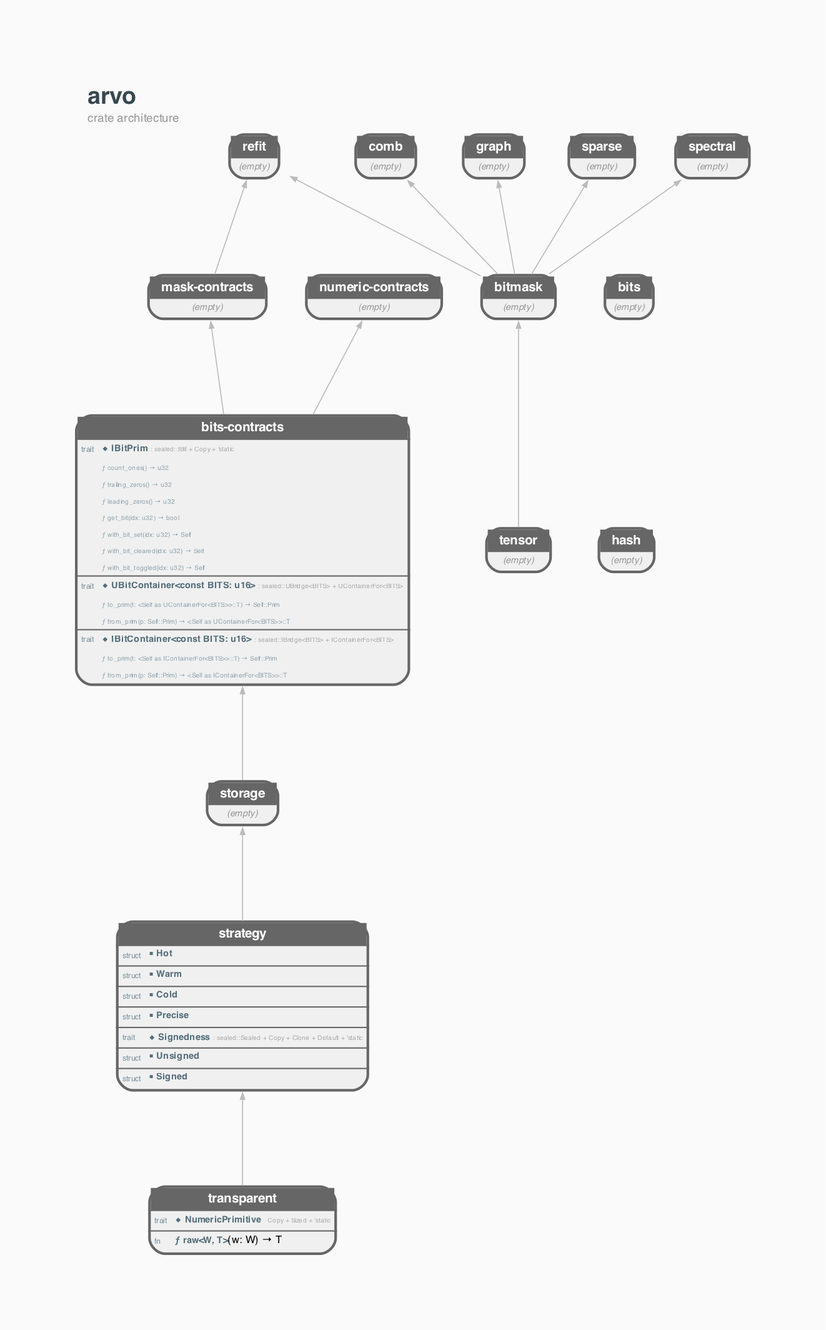
Before: docs/mock_crate_deps.png, a diagram exported from Graphviz (orgrinrt/arvo). Its source is kept beside it as docs/mock_crate_deps.dot. The source it was exported from:
```dot

digraph arvo {
    rankdir=BT;
    newrank=true;
    bgcolor="#FAFAFA";
    graph [fontname="Helvetica", fontsize=10, pad=0.8, nodesep=0.4, ranksep=1.0];
    node [fontname="Helvetica", fontsize=8];
    edge [fontname="Helvetica", fontsize=7, color="#BBBBBB", arrowsize=0.5, penwidth=0.8];

    labelloc=t;
    labeljust=l;
    label=<<TABLE BORDER="0" CELLBORDER="0" CELLSPACING="0"><TR><TD ALIGN="LEFT"><FONT POINT-SIZE="18" COLOR="#37474F"><B>arvo</B></FONT></TD></TR><TR><TD ALIGN="LEFT"><FONT POINT-SIZE="9" COLOR="#999999">crate architecture</FONT></TD></TR></TABLE>>;

    arvo_bitmask [shape=none, margin=0, label=<<TABLE BORDER="2" CELLBORDER="0" CELLSPACING="0" CELLPADDING="3" BGCOLOR="#F0F0F0" COLOR="#666666" STYLE="ROUNDED"><TR><TD COLSPAN="2" BGCOLOR="#666666" ALIGN="CENTER"><FONT COLOR="white" POINT-SIZE="10"><B>  bitmask  </B></FONT></TD></TR><TR><TD COLSPAN="2"><FONT COLOR="#999999" POINT-SIZE="7"><I>(empty)</I></FONT></TD></TR></TABLE>>];
    arvo_bits [shape=none, margin=0, label=<<TABLE BORDER="2" CELLBORDER="0" CELLSPACING="0" CELLPADDING="3" BGCOLOR="#F0F0F0" COLOR="#666666" STYLE="ROUNDED"><TR><TD COLSPAN="2" BGCOLOR="#666666" ALIGN="CENTER"><FONT COLOR="white" POINT-SIZE="10"><B>  bits  </B></FONT></TD></TR><TR><TD COLSPAN="2"><FONT COLOR="#999999" POINT-SIZE="7"><I>(empty)</I></FONT></TD></TR></TABLE>>];
    arvo_bits_contracts [shape=none, margin=0, label=<<TABLE BORDER="2" CELLBORDER="0" CELLSPACING="0" CELLPADDING="3" BGCOLOR="#F0F0F0" COLOR="#666666" STYLE="ROUNDED"><TR><TD COLSPAN="2" BGCOLOR="#666666" ALIGN="CENTER"><FONT COLOR="white" POINT-SIZE="10"><B>  bits-contracts  </B></FONT></TD></TR><HR/><TR><TD ALIGN="LEFT"><FONT COLOR="#78909C" POINT-SIZE="6">trait</FONT></TD><TD ALIGN="LEFT" PORT="p_IBitPrim"><FONT COLOR="#546E7A" POINT-SIZE="7"><B>◆ IBitPrim</B></FONT> <FONT COLOR="#AAAAAA" POINT-SIZE="5">: sealed::IBit + Copy + 'static</FONT></TD></TR><TR><TD></TD><TD ALIGN="LEFT"><FONT COLOR="#90A4AE" POINT-SIZE="5">ƒ count_ones() → u32</FONT></TD></TR><TR><TD></TD><TD ALIGN="LEFT"><FONT COLOR="#90A4AE" POINT-SIZE="5">ƒ trailing_zeros() → u32</FONT></TD></TR><TR><TD></TD><TD ALIGN="LEFT"><FONT COLOR="#90A4AE" POINT-SIZE="5">ƒ leading_zeros() → u32</FONT></TD></TR><TR><TD></TD><TD ALIGN="LEFT"><FONT COLOR="#90A4AE" POINT-SIZE="5">ƒ get_bit(idx: u32) → bool</FONT></TD></TR><TR><TD></TD><TD ALIGN="LEFT"><FONT COLOR="#90A4AE" POINT-SIZE="5">ƒ with_bit_set(idx: u32) → Self</FONT></TD></TR><TR><TD></TD><TD ALIGN="LEFT"><FONT COLOR="#90A4AE" POINT-SIZE="5">ƒ with_bit_cleared(idx: u32) → Self</FONT></TD></TR><TR><TD></TD><TD ALIGN="LEFT"><FONT COLOR="#90A4AE" POINT-SIZE="5">ƒ with_bit_toggled(idx: u32) → Self</FONT></TD></TR><HR/><TR><TD ALIGN="LEFT"><FONT COLOR="#78909C" POINT-SIZE="6">trait</FONT></TD><TD ALIGN="LEFT" PORT="p_UBitContainer"><FONT COLOR="#546E7A" POINT-SIZE="7"><B>◆ UBitContainer&lt;const BITS: u16&gt;</B></FONT> <FONT COLOR="#AAAAAA" POINT-SIZE="5">: sealed::UBridge&lt;BITS&gt; + UContainerFor&lt;BITS&gt;</FONT></TD></TR><TR><TD></TD><TD ALIGN="LEFT"><FONT COLOR="#90A4AE" POINT-SIZE="5">ƒ to_prim(t: &lt;Self as UContainerFor&lt;BITS&gt;&gt;::T) → Self::Prim</FONT></TD></TR><TR><TD></TD><TD ALIGN="LEFT"><FONT COLOR="#90A4AE" POINT-SIZE="5">ƒ from_prim(p: Self::Prim) → &lt;Self as UContainerFor&lt;BITS&gt;&gt;::T</FONT></TD></TR><HR/><TR><TD ALIGN="LEFT"><FONT COLOR="#78909C" POINT-SIZE="6">trait</FONT></TD><TD ALIGN="LEFT" PORT="p_IBitContainer"><FONT COLOR="#546E7A" POINT-SIZE="7"><B>◆ IBitContainer&lt;const BITS: u16&gt;</B></FONT> <FONT COLOR="#AAAAAA" POINT-SIZE="5">: sealed::IBridge&lt;BITS&gt; + IContainerFor&lt;BITS&gt;</FONT></TD></TR><TR><TD></TD><TD ALIGN="LEFT"><FONT COLOR="#90A4AE" POINT-SIZE="5">ƒ to_prim(t: &lt;Self as IContainerFor&lt;BITS&gt;&gt;::T) → Self::Prim</FONT></TD></TR><TR><TD></TD><TD ALIGN="LEFT"><FONT COLOR="#90A4AE" POINT-SIZE="5">ƒ from_prim(p: Self::Prim) → &lt;Self as IContainerFor&lt;BITS&gt;&gt;::T</FONT></TD></TR></TABLE>>];
    arvo_comb [shape=none, margin=0, label=<<TABLE BORDER="2" CELLBORDER="0" CELLSPACING="0" CELLPADDING="3" BGCOLOR="#F0F0F0" COLOR="#666666" STYLE="ROUNDED"><TR><TD COLSPAN="2" BGCOLOR="#666666" ALIGN="CENTER"><FONT COLOR="white" POINT-SIZE="10"><B>  comb  </B></FONT></TD></TR><TR><TD COLSPAN="2"><FONT COLOR="#999999" POINT-SIZE="7"><I>(empty)</I></FONT></TD></TR></TABLE>>];
    arvo_graph [shape=none, margin=0, label=<<TABLE BORDER="2" CELLBORDER="0" CELLSPACING="0" CELLPADDING="3" BGCOLOR="#F0F0F0" COLOR="#666666" STYLE="ROUNDED"><TR><TD COLSPAN="2" BGCOLOR="#666666" ALIGN="CENTER"><FONT COLOR="white" POINT-SIZE="10"><B>  graph  </B></FONT></TD></TR><TR><TD COLSPAN="2"><FONT COLOR="#999999" POINT-SIZE="7"><I>(empty)</I></FONT></TD></TR></TABLE>>];
    arvo_hash [shape=none, margin=0, label=<<TABLE BORDER="2" CELLBORDER="0" CELLSPACING="0" CELLPADDING="3" BGCOLOR="#F0F0F0" COLOR="#666666" STYLE="ROUNDED"><TR><TD COLSPAN="2" BGCOLOR="#666666" ALIGN="CENTER"><FONT COLOR="white" POINT-SIZE="10"><B>  hash  </B></FONT></TD></TR><TR><TD COLSPAN="2"><FONT COLOR="#999999" POINT-SIZE="7"><I>(empty)</I></FONT></TD></TR></TABLE>>];
    arvo_mask_contracts [shape=none, margin=0, label=<<TABLE BORDER="2" CELLBORDER="0" CELLSPACING="0" CELLPADDING="3" BGCOLOR="#F0F0F0" COLOR="#666666" STYLE="ROUNDED"><TR><TD COLSPAN="2" BGCOLOR="#666666" ALIGN="CENTER"><FONT COLOR="white" POINT-SIZE="10"><B>  mask-contracts  </B></FONT></TD></TR><TR><TD COLSPAN="2"><FONT COLOR="#999999" POINT-SIZE="7"><I>(empty)</I></FONT></TD></TR></TABLE>>];
    arvo_numeric_contracts [shape=none, margin=0, label=<<TABLE BORDER="2" CELLBORDER="0" CELLSPACING="0" CELLPADDING="3" BGCOLOR="#F0F0F0" COLOR="#666666" STYLE="ROUNDED"><TR><TD COLSPAN="2" BGCOLOR="#666666" ALIGN="CENTER"><FONT COLOR="white" POINT-SIZE="10"><B>  numeric-contracts  </B></FONT></TD></TR><TR><TD COLSPAN="2"><FONT COLOR="#999999" POINT-SIZE="7"><I>(empty)</I></FONT></TD></TR></TABLE>>];
    arvo_refit [shape=none, margin=0, label=<<TABLE BORDER="2" CELLBORDER="0" CELLSPACING="0" CELLPADDING="3" BGCOLOR="#F0F0F0" COLOR="#666666" STYLE="ROUNDED"><TR><TD COLSPAN="2" BGCOLOR="#666666" ALIGN="CENTER"><FONT COLOR="white" POINT-SIZE="10"><B>  refit  </B></FONT></TD></TR><TR><TD COLSPAN="2"><FONT COLOR="#999999" POINT-SIZE="7"><I>(empty)</I></FONT></TD></TR></TABLE>>];
    arvo_sparse [shape=none, margin=0, label=<<TABLE BORDER="2" CELLBORDER="0" CELLSPACING="0" CELLPADDING="3" BGCOLOR="#F0F0F0" COLOR="#666666" STYLE="ROUNDED"><TR><TD COLSPAN="2" BGCOLOR="#666666" ALIGN="CENTER"><FONT COLOR="white" POINT-SIZE="10"><B>  sparse  </B></FONT></TD></TR><TR><TD COLSPAN="2"><FONT COLOR="#999999" POINT-SIZE="7"><I>(empty)</I></FONT></TD></TR></TABLE>>];
    arvo_spectral [shape=none, margin=0, label=<<TABLE BORDER="2" CELLBORDER="0" CELLSPACING="0" CELLPADDING="3" BGCOLOR="#F0F0F0" COLOR="#666666" STYLE="ROUNDED"><TR><TD COLSPAN="2" BGCOLOR="#666666" ALIGN="CENTER"><FONT COLOR="white" POINT-SIZE="10"><B>  spectral  </B></FONT></TD></TR><TR><TD COLSPAN="2"><FONT COLOR="#999999" POINT-SIZE="7"><I>(empty)</I></FONT></TD></TR></TABLE>>];
    arvo_storage [shape=none, margin=0, label=<<TABLE BORDER="2" CELLBORDER="0" CELLSPACING="0" CELLPADDING="3" BGCOLOR="#F0F0F0" COLOR="#666666" STYLE="ROUNDED"><TR><TD COLSPAN="2" BGCOLOR="#666666" ALIGN="CENTER"><FONT COLOR="white" POINT-SIZE="10"><B>  storage  </B></FONT></TD></TR><TR><TD COLSPAN="2"><FONT COLOR="#999999" POINT-SIZE="7"><I>(empty)</I></FONT></TD></TR></TABLE>>];
    arvo_strategy [shape=none, margin=0, label=<<TABLE BORDER="2" CELLBORDER="0" CELLSPACING="0" CELLPADDING="3" BGCOLOR="#F0F0F0" COLOR="#666666" STYLE="ROUNDED"><TR><TD COLSPAN="2" BGCOLOR="#666666" ALIGN="CENTER"><FONT COLOR="white" POINT-SIZE="10"><B>  strategy  </B></FONT></TD></TR><HR/><TR><TD ALIGN="LEFT"><FONT COLOR="#78909C" POINT-SIZE="6">struct</FONT></TD><TD ALIGN="LEFT" PORT="p_Hot"><FONT COLOR="#546E7A" POINT-SIZE="7"><B>■ Hot</B></FONT></TD></TR><HR/><TR><TD ALIGN="LEFT"><FONT COLOR="#78909C" POINT-SIZE="6">struct</FONT></TD><TD ALIGN="LEFT" PORT="p_Warm"><FONT COLOR="#546E7A" POINT-SIZE="7"><B>■ Warm</B></FONT></TD></TR><HR/><TR><TD ALIGN="LEFT"><FONT COLOR="#78909C" POINT-SIZE="6">struct</FONT></TD><TD ALIGN="LEFT" PORT="p_Cold"><FONT COLOR="#546E7A" POINT-SIZE="7"><B>■ Cold</B></FONT></TD></TR><HR/><TR><TD ALIGN="LEFT"><FONT COLOR="#78909C" POINT-SIZE="6">struct</FONT></TD><TD ALIGN="LEFT" PORT="p_Precise"><FONT COLOR="#546E7A" POINT-SIZE="7"><B>■ Precise</B></FONT></TD></TR><HR/><TR><TD ALIGN="LEFT"><FONT COLOR="#78909C" POINT-SIZE="6">trait</FONT></TD><TD ALIGN="LEFT" PORT="p_Signedness"><FONT COLOR="#546E7A" POINT-SIZE="7"><B>◆ Signedness</B></FONT> <FONT COLOR="#AAAAAA" POINT-SIZE="5">: sealed::Sealed + Copy + Clone + Default + 'static</FONT></TD></TR><HR/><TR><TD ALIGN="LEFT"><FONT COLOR="#78909C" POINT-SIZE="6">struct</FONT></TD><TD ALIGN="LEFT" PORT="p_Unsigned"><FONT COLOR="#546E7A" POINT-SIZE="7"><B>■ Unsigned</B></FONT></TD></TR><HR/><TR><TD ALIGN="LEFT"><FONT COLOR="#78909C" POINT-SIZE="6">struct</FONT></TD><TD ALIGN="LEFT" PORT="p_Signed"><FONT COLOR="#546E7A" POINT-SIZE="7"><B>■ Signed</B></FONT></TD></TR></TABLE>>];
    arvo_tensor [shape=none, margin=0, label=<<TABLE BORDER="2" CELLBORDER="0" CELLSPACING="0" CELLPADDING="3" BGCOLOR="#F0F0F0" COLOR="#666666" STYLE="ROUNDED"><TR><TD COLSPAN="2" BGCOLOR="#666666" ALIGN="CENTER"><FONT COLOR="white" POINT-SIZE="10"><B>  tensor  </B></FONT></TD></TR><TR><TD COLSPAN="2"><FONT COLOR="#999999" POINT-SIZE="7"><I>(empty)</I></FONT></TD></TR></TABLE>>];
    arvo_transparent [shape=none, margin=0, label=<<TABLE BORDER="2" CELLBORDER="0" CELLSPACING="0" CELLPADDING="3" BGCOLOR="#F0F0F0" COLOR="#666666" STYLE="ROUNDED"><TR><TD COLSPAN="2" BGCOLOR="#666666" ALIGN="CENTER"><FONT COLOR="white" POINT-SIZE="10"><B>  transparent  </B></FONT></TD></TR><HR/><TR><TD ALIGN="LEFT"><FONT COLOR="#78909C" POINT-SIZE="6">trait</FONT></TD><TD ALIGN="LEFT" PORT="p_NumericPrimitive"><FONT COLOR="#546E7A" POINT-SIZE="7"><B>◆ NumericPrimitive</B></FONT> <FONT COLOR="#AAAAAA" POINT-SIZE="5">: Copy + Sized + 'static</FONT></TD></TR><HR/><TR><TD ALIGN="LEFT"><FONT COLOR="#78909C" POINT-SIZE="6">fn</FONT></TD><TD ALIGN="LEFT" PORT="p_raw"><FONT COLOR="#546E7A" POINT-SIZE="7"><B>ƒ raw&lt;W, T&gt;</B></FONT>(w: W) → T</TD></TR></TABLE>>];

    { rank=same; arvo_transparent; } // depth 0
    { rank=same; arvo_strategy; } // depth 1
    { rank=same; arvo_storage; } // depth 2
    { rank=same; arvo_bits_contracts; } // depth 3
    { rank=same; arvo_bits; arvo_mask_contracts; arvo_numeric_contracts; } // depth 4
    { rank=same; arvo_hash; arvo_tensor; } // depth 6
    { rank=same; arvo_bitmask; } // depth 7
    { rank=same; arvo_comb; arvo_graph; arvo_refit; arvo_sparse; arvo_spectral; } // depth 8


    arvo_tensor -> arvo_bitmask;
    arvo_storage -> arvo_bits_contracts;
    arvo_bitmask -> arvo_comb;
    arvo_bitmask -> arvo_graph;
    arvo_bits_contracts -> arvo_mask_contracts;
    arvo_bits_contracts -> arvo_numeric_contracts;
    arvo_mask_contracts -> arvo_refit;
    arvo_bitmask -> arvo_refit;
    arvo_bitmask -> arvo_sparse;
    arvo_bitmask -> arvo_spectral;
    arvo_strategy -> arvo_storage;
    arvo_transparent -> arvo_strategy;

}
```
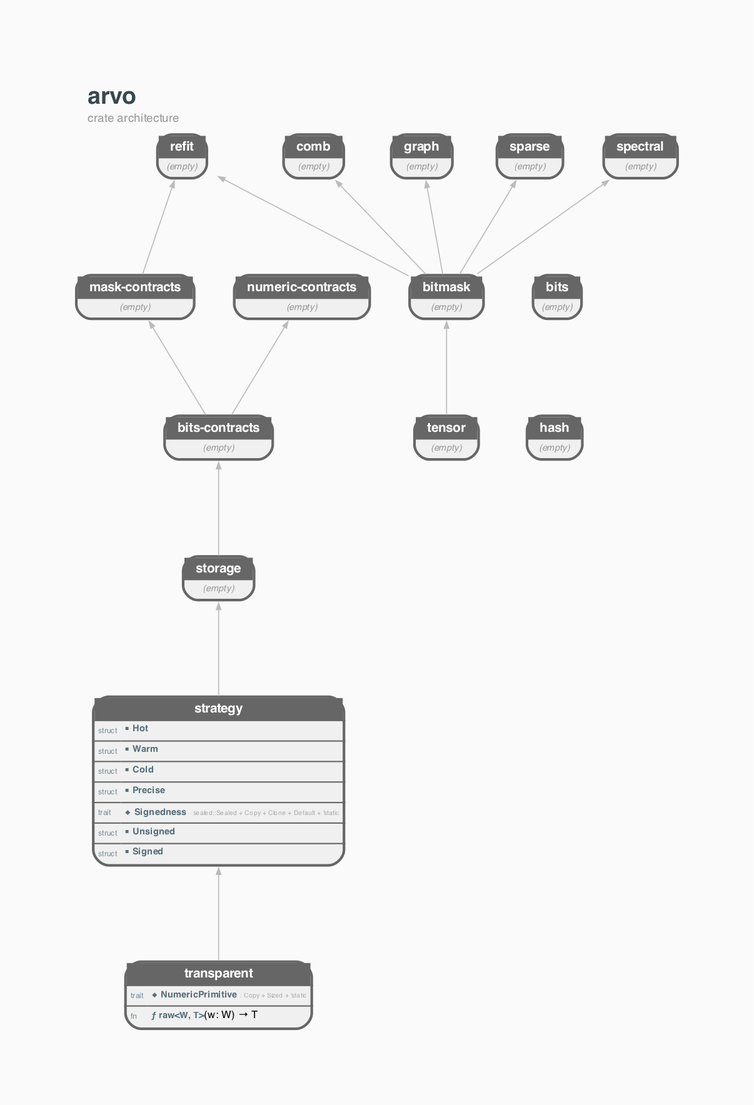
The same diagram one commit later.

Change to the diagram source:
```diff
@@ -13,7 +13,7 @@
 
     arvo_bitmask [shape=none, margin=0, label=<<TABLE BORDER="2" CELLBORDER="0" CELLSPACING="0" CELLPADDING="3" BGCOLOR="#F0F0F0" COLOR="#666666" STYLE="ROUNDED"><TR><TD COLSPAN="2" BGCOLOR="#666666" ALIGN="CENTER"><FONT COLOR="white" POINT-SIZE="10"><B>  bitmask  </B></FONT></TD></TR><TR><TD COLSPAN="2"><FONT COLOR="#999999" POINT-SIZE="7"><I>(empty)</I></FONT></TD></TR></TABLE>>];
     arvo_bits [shape=none, margin=0, label=<<TABLE BORDER="2" CELLBORDER="0" CELLSPACING="0" CELLPADDING="3" BGCOLOR="#F0F0F0" COLOR="#666666" STYLE="ROUNDED"><TR><TD COLSPAN="2" BGCOLOR="#666666" ALIGN="CENTER"><FONT COLOR="white" POINT-SIZE="10"><B>  bits  </B></FONT></TD></TR><TR><TD COLSPAN="2"><FONT COLOR="#999999" POINT-SIZE="7"><I>(empty)</I></FONT></TD></TR></TABLE>>];
-    arvo_bits_contracts [shape=none, margin=0, label=<<TABLE BORDER="2" CELLBORDER="0" CELLSPACING="0" CELLPADDING="3" BGCOLOR="#F0F0F0" COLOR="#666666" STYLE="ROUNDED"><TR><TD COLSPAN="2" BGCOLOR="#666666" ALIGN="CENTER"><FONT COLOR="white" POINT-SIZE="10"><B>  bits-contracts  </B></FONT></TD></TR><HR/><TR><TD ALIGN="LEFT"><FONT COLOR="#78909C" POINT-SIZE="6">trait</FONT></TD><TD ALIGN="LEFT" PORT="p_IBitPrim"><FONT COLOR="#546E7A" POINT-SIZE="7"><B>◆ IBitPrim</B></FONT> <FONT COLOR="#AAAAAA" POINT-SIZE="5">: sealed::IBit + Copy + 'static</FONT></TD></TR><TR><TD></TD><TD ALIGN="LEFT"><FONT COLOR="#90A4AE" POINT-SIZE="5">ƒ count_ones() → u32</FONT></TD></TR><TR><TD></TD><TD ALIGN="LEFT"><FONT COLOR="#90A4AE" POINT-SIZE="5">ƒ trailing_zeros() → u32</FONT></TD></TR><TR><TD></TD><TD ALIGN="LEFT"><FONT COLOR="#90A4AE" POINT-SIZE="5">ƒ leading_zeros() → u32</FONT></TD></TR><TR><TD></TD><TD ALIGN="LEFT"><FONT COLOR="#90A4AE" POINT-SIZE="5">ƒ get_bit(idx: u32) → bool</FONT></TD></TR><TR><TD></TD><TD ALIGN="LEFT"><FONT COLOR="#90A4AE" POINT-SIZE="5">ƒ with_bit_set(idx: u32) → Self</FONT></TD></TR><TR><TD></TD><TD ALIGN="LEFT"><FONT COLOR="#90A4AE" POINT-SIZE="5">ƒ with_bit_cleared(idx: u32) → Self</FONT></TD></TR><TR><TD></TD><TD ALIGN="LEFT"><FONT COLOR="#90A4AE" POINT-SIZE="5">ƒ with_bit_toggled(idx: u32) → Self</FONT></TD></TR><HR/><TR><TD ALIGN="LEFT"><FONT COLOR="#78909C" POINT-SIZE="6">trait</FONT></TD><TD ALIGN="LEFT" PORT="p_UBitContainer"><FONT COLOR="#546E7A" POINT-SIZE="7"><B>◆ UBitContainer&lt;const BITS: u16&gt;</B></FONT> <FONT COLOR="#AAAAAA" POINT-SIZE="5">: sealed::UBridge&lt;BITS&gt; + UContainerFor&lt;BITS&gt;</FONT></TD></TR><TR><TD></TD><TD ALIGN="LEFT"><FONT COLOR="#90A4AE" POINT-SIZE="5">ƒ to_prim(t: &lt;Self as UContainerFor&lt;BITS&gt;&gt;::T) → Self::Prim</FONT></TD></TR><TR><TD></TD><TD ALIGN="LEFT"><FONT COLOR="#90A4AE" POINT-SIZE="5">ƒ from_prim(p: Self::Prim) → &lt;Self as UContainerFor&lt;BITS&gt;&gt;::T</FONT></TD></TR><HR/><TR><TD ALIGN="LEFT"><FONT COLOR="#78909C" POINT-SIZE="6">trait</FONT></TD><TD ALIGN="LEFT" PORT="p_IBitContainer"><FONT COLOR="#546E7A" POINT-SIZE="7"><B>◆ IBitContainer&lt;const BITS: u16&gt;</B></FONT> <FONT COLOR="#AAAAAA" POINT-SIZE="5">: sealed::IBridge&lt;BITS&gt; + IContainerFor&lt;BITS&gt;</FONT></TD></TR><TR><TD></TD><TD ALIGN="LEFT"><FONT COLOR="#90A4AE" POINT-SIZE="5">ƒ to_prim(t: &lt;Self as IContainerFor&lt;BITS&gt;&gt;::T) → Self::Prim</FONT></TD></TR><TR><TD></TD><TD ALIGN="LEFT"><FONT COLOR="#90A4AE" POINT-SIZE="5">ƒ from_prim(p: Self::Prim) → &lt;Self as IContainerFor&lt;BITS&gt;&gt;::T</FONT></TD></TR></TABLE>>];
+    arvo_bits_contracts [shape=none, margin=0, label=<<TABLE BORDER="2" CELLBORDER="0" CELLSPACING="0" CELLPADDING="3" BGCOLOR="#F0F0F0" COLOR="#666666" STYLE="ROUNDED"><TR><TD COLSPAN="2" BGCOLOR="#666666" ALIGN="CENTER"><FONT COLOR="white" POINT-SIZE="10"><B>  bits-contracts  </B></FONT></TD></TR><TR><TD COLSPAN="2"><FONT COLOR="#999999" POINT-SIZE="7"><I>(empty)</I></FONT></TD></TR></TABLE>>];
     arvo_comb [shape=none, margin=0, label=<<TABLE BORDER="2" CELLBORDER="0" CELLSPACING="0" CELLPADDING="3" BGCOLOR="#F0F0F0" COLOR="#666666" STYLE="ROUNDED"><TR><TD COLSPAN="2" BGCOLOR="#666666" ALIGN="CENTER"><FONT COLOR="white" POINT-SIZE="10"><B>  comb  </B></FONT></TD></TR><TR><TD COLSPAN="2"><FONT COLOR="#999999" POINT-SIZE="7"><I>(empty)</I></FONT></TD></TR></TABLE>>];
     arvo_graph [shape=none, margin=0, label=<<TABLE BORDER="2" CELLBORDER="0" CELLSPACING="0" CELLPADDING="3" BGCOLOR="#F0F0F0" COLOR="#666666" STYLE="ROUNDED"><TR><TD COLSPAN="2" BGCOLOR="#666666" ALIGN="CENTER"><FONT COLOR="white" POINT-SIZE="10"><B>  graph  </B></FONT></TD></TR><TR><TD COLSPAN="2"><FONT COLOR="#999999" POINT-SIZE="7"><I>(empty)</I></FONT></TD></TR></TABLE>>];
     arvo_hash [shape=none, margin=0, label=<<TABLE BORDER="2" CELLBORDER="0" CELLSPACING="0" CELLPADDING="3" BGCOLOR="#F0F0F0" COLOR="#666666" STYLE="ROUNDED"><TR><TD COLSPAN="2" BGCOLOR="#666666" ALIGN="CENTER"><FONT COLOR="white" POINT-SIZE="10"><B>  hash  </B></FONT></TD></TR><TR><TD COLSPAN="2"><FONT COLOR="#999999" POINT-SIZE="7"><I>(empty)</I></FONT></TD></TR></TABLE>>];
```
